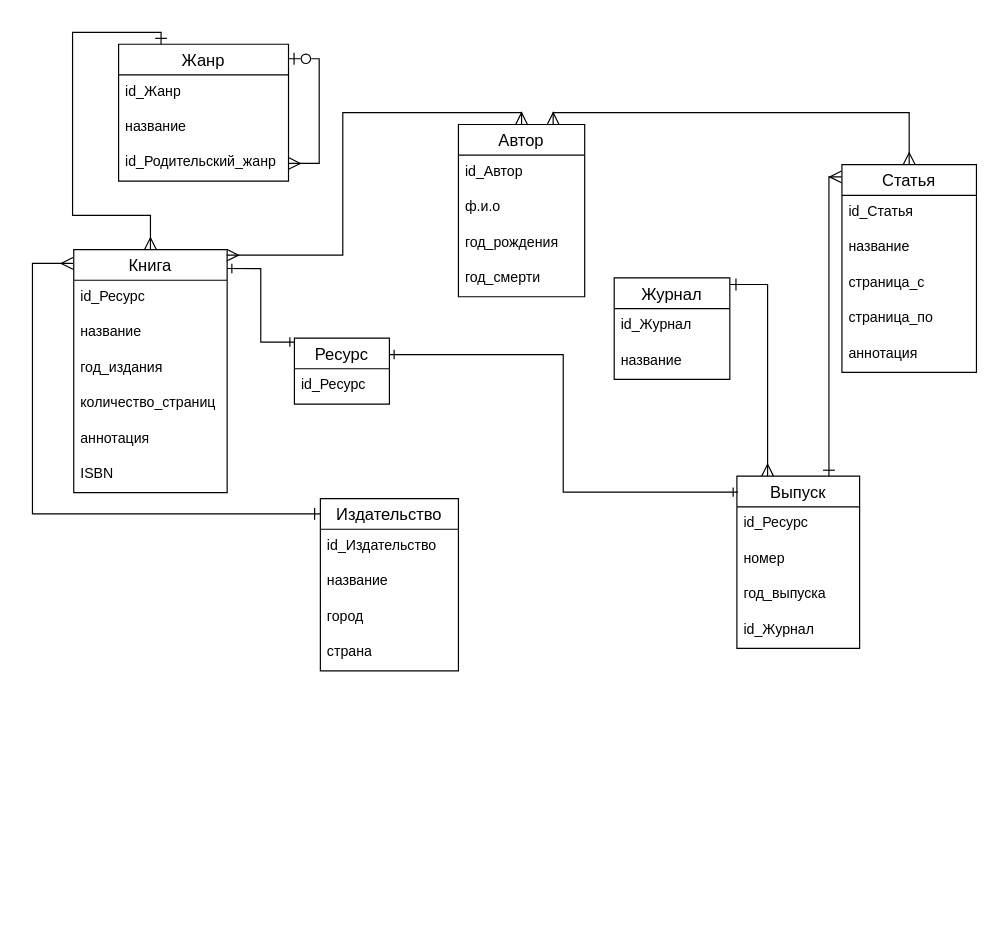
The draw.io diagram page "ER-Библ фонд" (5 of 9) of db_design.drawio in Alivaros/Course_Project_DB, before the edit. Source tidied: cells renumbered, new cells numbered last; positions are measured from the earlier drawing's top-left corner, leaving out a move shared by most shapes. Both pictures are drawn from the tidied source at 118%, with x=0, y=0 at pixel (32, 32).
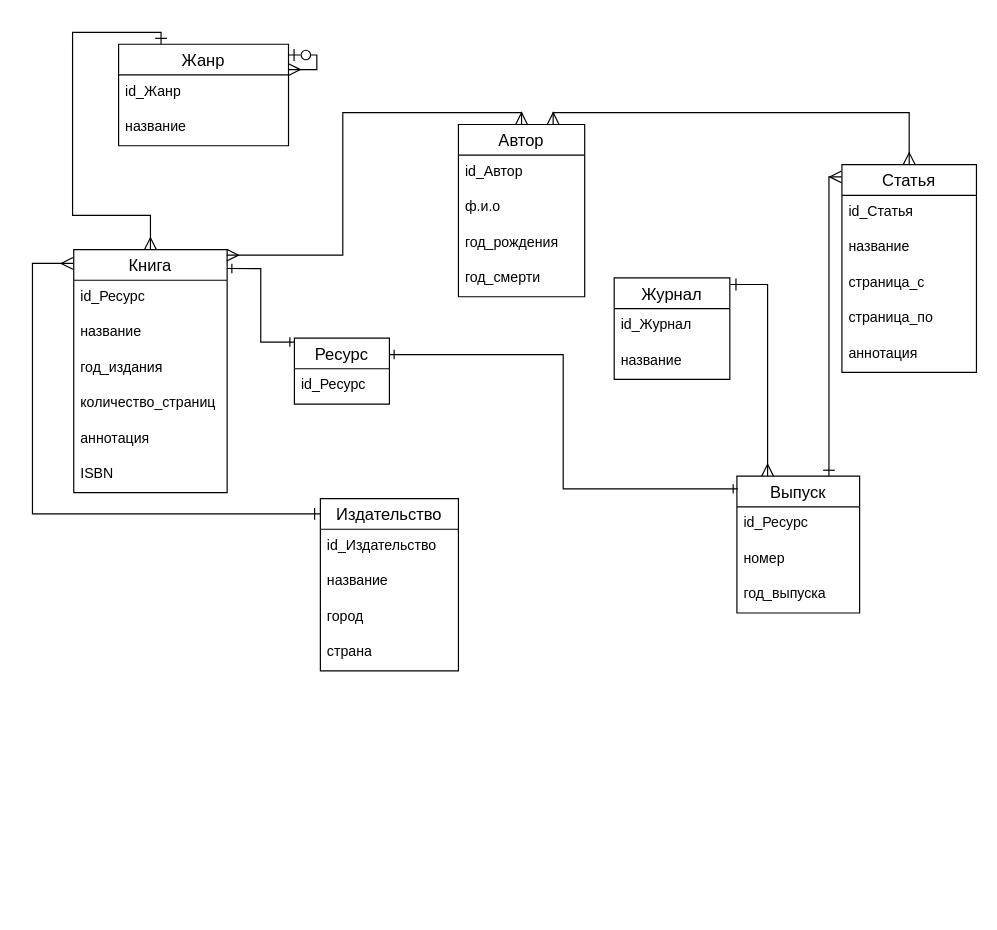
After the change.

The edit, as a diff of the source:
```diff
@@
     <mxCell id="14" value="Жанр" style="swimlane;fontStyle=0;horizontal=1;startSize=26;align=center;fontSize=14;" parent="1" vertex="1">
-      <mxGeometry x="73" y="10" width="144" height="116" as="geometry" />
+      <mxGeometry x="73" y="10" width="144" height="86" as="geometry" />
     </mxCell>
@@
-    <mxCell id="17" value="id_Родительский_жанр" style="text;strokeColor=none;fillColor=none;spacingLeft=4;spacingRight=4;overflow=hidden;points=[[0,0.5],[1,0.5]];portConstraint=eastwest;fontSize=12;whiteSpace=wrap;html=1;" parent="14" vertex="1">
-      <mxGeometry y="86" width="144" height="30" as="geometry" />
-    </mxCell>
-    <mxCell id="18" style="edgeStyle=orthogonalEdgeStyle;fontSize=12;html=1;endArrow=ERzeroToOne;rounded=0;startSize=8;endSize=8;startArrow=ERmany;startFill=0;endFill=0;entryX=0.998;entryY=0.106;entryDx=0;entryDy=0;exitX=1;exitY=0.5;exitDx=0;exitDy=0;entryPerimeter=0;" parent="14" edge="1" source="17" target="14">
-      <mxGeometry relative="1" as="geometry">
-        <Array as="points">
-          <mxPoint x="170" y="101" />
-          <mxPoint x="170" y="12" />
-        </Array>
-      </mxGeometry>
-    </mxCell>
@@
     <mxCell id="27" value="Выпуск" style="swimlane;fontStyle=0;horizontal=1;startSize=26;align=center;fontSize=14;" parent="1" vertex="1">
-      <mxGeometry x="597" y="376" width="104" height="146" as="geometry" />
+      <mxGeometry x="597" y="376" width="104" height="116" as="geometry" />
     </mxCell>
@@
-    <mxCell id="31" value="id_Журнал" style="text;strokeColor=none;fillColor=none;spacingLeft=4;spacingRight=4;overflow=hidden;fontSize=12;whiteSpace=wrap;html=1;" parent="27" vertex="1">
-      <mxGeometry y="116" width="104" height="30" as="geometry" />
-    </mxCell>
@@
+    <mxCell id="18" style="edgeStyle=orthogonalEdgeStyle;fontSize=12;html=1;endArrow=ERzeroToOne;rounded=0;startSize=8;endSize=8;startArrow=ERmany;startFill=0;endFill=0;entryX=0.998;entryY=0.106;entryDx=0;entryDy=0;exitX=1;exitY=0.25;exitDx=0;exitDy=0;entryPerimeter=0;" parent="1" edge="1" source="14" target="14">
+      <mxGeometry relative="1" as="geometry">
+        <Array as="points">
+          <mxPoint x="241" y="31" />
+          <mxPoint x="241" y="19" />
+        </Array>
+      </mxGeometry>
+    </mxCell>
```
